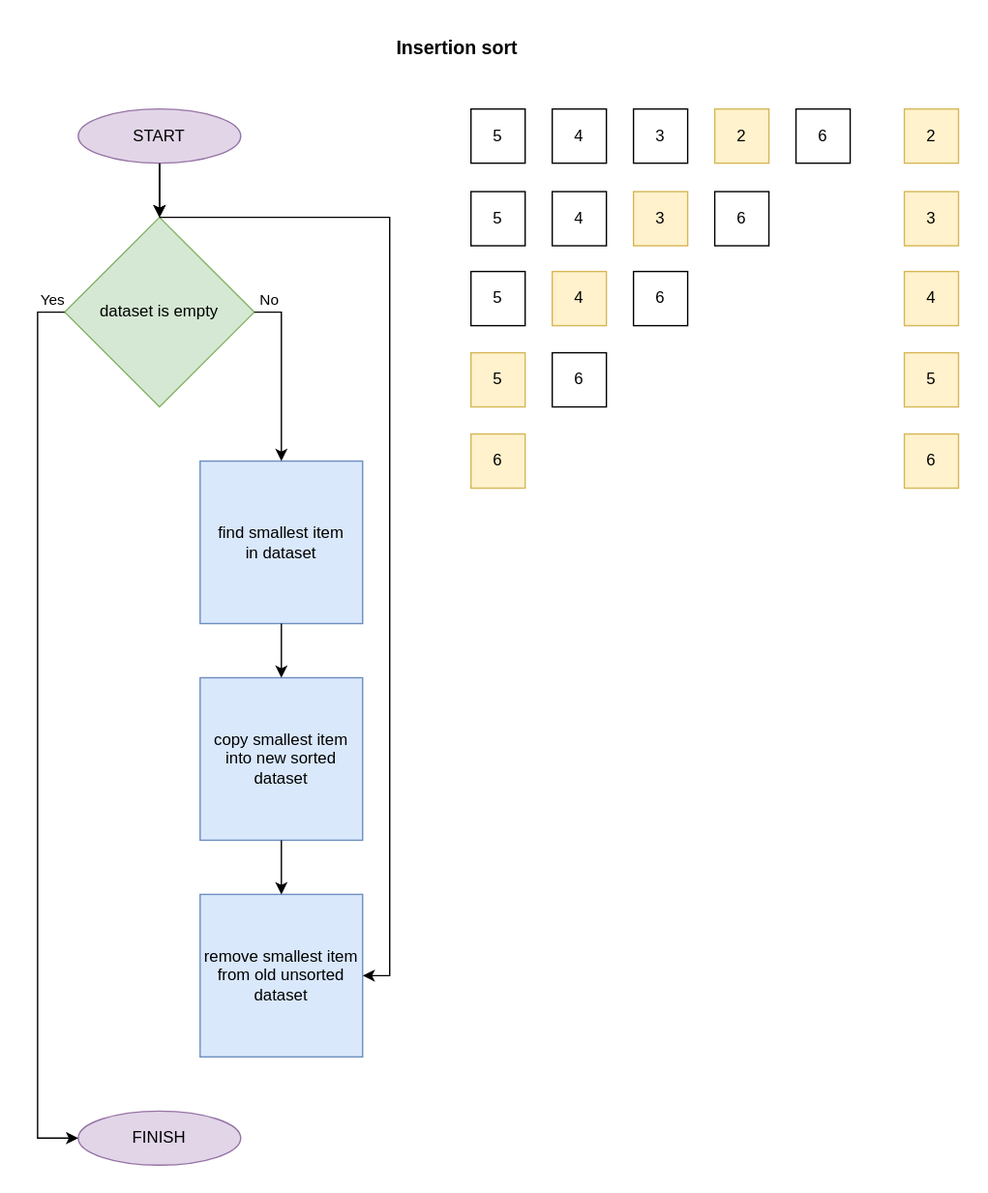
This is insertion_sort/insertion_sort.drawio.svg from oleksiivelychko/go-christmass, a draw.io export, as it was before one commit. Source tidied: cells renumbered, new cells last; positions are measured from the earlier drawing's top-left corner, leaving out a move shared by most shapes.
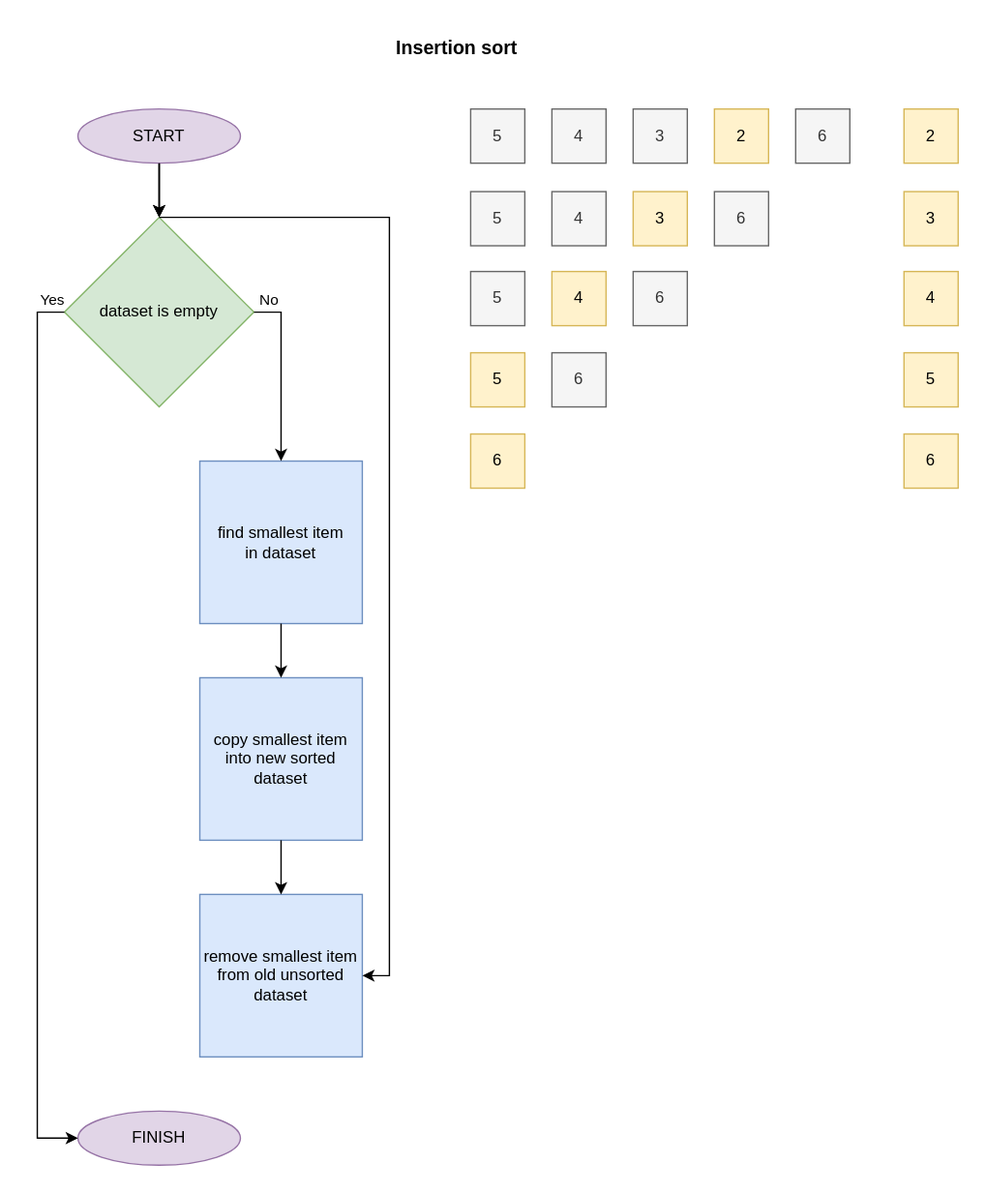
Above is the later version.

What changed in the source:
```diff
@@ -2,12 +2,12 @@
   <root>
     <mxCell id="0" />
     <mxCell id="1" parent="0" />
-    <mxCell id="2" style="edgeStyle=orthogonalEdgeStyle;rounded=0;jettySize=auto;html=1;" parent="1" edge="1" source="4" target="7">
-      <mxGeometry relative="1" as="geometry" />
-    </mxCell>
-    <mxCell id="3" style="edgeStyle=orthogonalEdgeStyle;rounded=0;jettySize=auto;html=1;" parent="1" edge="1" source="4" target="7">
-      <mxGeometry relative="1" as="geometry" />
-    </mxCell>
+    <mxCell id="39" style="edgeStyle=orthogonalEdgeStyle;rounded=0;jettySize=auto;html=1;" parent="1" edge="1" source="4" target="7">
+      <mxGeometry relative="1" as="geometry" />
+    </mxCell>
+    <mxCell id="40" style="edgeStyle=orthogonalEdgeStyle;rounded=0;jettySize=auto;html=1;" parent="1" edge="1" source="4" target="7">
+      <mxGeometry relative="1" as="geometry" />
+    </mxCell>
     <mxCell id="4" value="START" style="ellipse;whiteSpace=wrap;html=1;fillColor=#e1d5e7;strokeColor=#9673a6;" parent="1" vertex="1">
       <mxGeometry x="30" y="60" width="120" height="40" as="geometry" />
     </mxCell>
@@ -62,74 +62,74 @@
         </Array>
       </mxGeometry>
     </mxCell>
-    <mxCell id="16" style="endArrow=classic;html=1;rounded=0;exitX=0.5;exitY=1;exitDx=0;exitDy=0;entryX=0.5;entryY=0;entryDx=0;entryDy=0;" parent="1" edge="1" source="4" target="7">
-      <mxGeometry relative="1" as="geometry" />
-    </mxCell>
+    <mxCell id="41" style="endArrow=classic;html=1;rounded=0;exitX=0.5;exitY=1;exitDx=0;exitDy=0;entryX=0.5;entryY=0;entryDx=0;entryDy=0;" parent="1" edge="1" source="4" target="7">
+      <mxGeometry relative="1" as="geometry" />
+    </mxCell>
     <mxCell id="17" style="endArrow=classic;html=1;rounded=0;exitX=0.5;exitY=1;exitDx=0;exitDy=0;entryX=0.5;entryY=0;entryDx=0;entryDy=0;" parent="1" edge="1" source="5" target="11">
       <mxGeometry relative="1" as="geometry" />
     </mxCell>
     <mxCell id="18" style="endArrow=classic;html=1;rounded=0;exitX=0.5;exitY=1;exitDx=0;exitDy=0;entryX=0.5;entryY=0;entryDx=0;entryDy=0;" parent="1" edge="1" source="11" target="12">
       <mxGeometry relative="1" as="geometry" />
     </mxCell>
-    <mxCell id="19" value="5" style="whiteSpace=wrap;html=1;" parent="1" vertex="1">
-      <mxGeometry x="320" y="60" width="40" height="40" as="geometry" />
-    </mxCell>
-    <mxCell id="20" value="4" style="whiteSpace=wrap;html=1;" parent="1" vertex="1">
-      <mxGeometry x="380" y="60" width="40" height="40" as="geometry" />
-    </mxCell>
-    <mxCell id="21" value="3" style="whiteSpace=wrap;html=1;" parent="1" vertex="1">
-      <mxGeometry x="440" y="60" width="40" height="40" as="geometry" />
-    </mxCell>
-    <mxCell id="22" value="2" style="whiteSpace=wrap;html=1;fillColor=#fff2cc;strokeColor=#d6b656;" parent="1" vertex="1">
-      <mxGeometry x="500" y="60" width="40" height="40" as="geometry" />
-    </mxCell>
-    <mxCell id="23" value="6" style="whiteSpace=wrap;html=1;" parent="1" vertex="1">
-      <mxGeometry x="560" y="60" width="40" height="40" as="geometry" />
-    </mxCell>
-    <mxCell id="24" value="5" style="whiteSpace=wrap;html=1;" parent="1" vertex="1">
-      <mxGeometry x="320" y="121" width="40" height="40" as="geometry" />
-    </mxCell>
-    <mxCell id="25" value="4" style="whiteSpace=wrap;html=1;" parent="1" vertex="1">
-      <mxGeometry x="380" y="121" width="40" height="40" as="geometry" />
-    </mxCell>
-    <mxCell id="26" value="3" style="whiteSpace=wrap;html=1;fillColor=#fff2cc;strokeColor=#d6b656;" parent="1" vertex="1">
-      <mxGeometry x="440" y="121" width="40" height="40" as="geometry" />
-    </mxCell>
-    <mxCell id="27" value="6" style="whiteSpace=wrap;html=1;" parent="1" vertex="1">
-      <mxGeometry x="500" y="121" width="40" height="40" as="geometry" />
-    </mxCell>
-    <mxCell id="28" value="5" style="whiteSpace=wrap;html=1;" parent="1" vertex="1">
-      <mxGeometry x="320" y="180" width="40" height="40" as="geometry" />
-    </mxCell>
-    <mxCell id="29" value="4" style="whiteSpace=wrap;html=1;fillColor=#fff2cc;strokeColor=#d6b656;" parent="1" vertex="1">
-      <mxGeometry x="380" y="180" width="40" height="40" as="geometry" />
-    </mxCell>
-    <mxCell id="30" value="6" style="whiteSpace=wrap;html=1;" parent="1" vertex="1">
-      <mxGeometry x="440" y="180" width="40" height="40" as="geometry" />
-    </mxCell>
-    <mxCell id="31" value="5" style="whiteSpace=wrap;html=1;fillColor=#fff2cc;strokeColor=#d6b656;" parent="1" vertex="1">
-      <mxGeometry x="320" y="240" width="40" height="40" as="geometry" />
-    </mxCell>
-    <mxCell id="32" value="6" style="whiteSpace=wrap;html=1;" parent="1" vertex="1">
-      <mxGeometry x="380" y="240" width="40" height="40" as="geometry" />
-    </mxCell>
-    <mxCell id="33" value="6" style="whiteSpace=wrap;html=1;fillColor=#fff2cc;strokeColor=#d6b656;" parent="1" vertex="1">
-      <mxGeometry x="320" y="300" width="40" height="40" as="geometry" />
-    </mxCell>
-    <mxCell id="34" value="2" style="whiteSpace=wrap;html=1;fillColor=#fff2cc;strokeColor=#d6b656;" parent="1" vertex="1">
-      <mxGeometry x="640" y="60" width="40" height="40" as="geometry" />
-    </mxCell>
-    <mxCell id="35" value="3" style="whiteSpace=wrap;html=1;fillColor=#fff2cc;strokeColor=#d6b656;" parent="1" vertex="1">
-      <mxGeometry x="640" y="121" width="40" height="40" as="geometry" />
-    </mxCell>
-    <mxCell id="36" value="4" style="whiteSpace=wrap;html=1;fillColor=#fff2cc;strokeColor=#d6b656;" parent="1" vertex="1">
-      <mxGeometry x="640" y="180" width="40" height="40" as="geometry" />
-    </mxCell>
-    <mxCell id="37" value="5" style="whiteSpace=wrap;html=1;fillColor=#fff2cc;strokeColor=#d6b656;" parent="1" vertex="1">
-      <mxGeometry x="640" y="240" width="40" height="40" as="geometry" />
-    </mxCell>
-    <mxCell id="38" value="6" style="whiteSpace=wrap;html=1;fillColor=#fff2cc;strokeColor=#d6b656;" parent="1" vertex="1">
-      <mxGeometry x="640" y="300" width="40" height="40" as="geometry" />
-    </mxCell>
+    <mxCell id="42" value="5" style="whiteSpace=wrap;html=1;fillColor=#f5f5f5;fontColor=#333333;strokeColor=#666666;" parent="1" vertex="1">
+      <mxGeometry x="320" y="60" width="40" height="40" as="geometry" />
+    </mxCell>
+    <mxCell id="43" value="4" style="whiteSpace=wrap;html=1;fillColor=#f5f5f5;fontColor=#333333;strokeColor=#666666;" parent="1" vertex="1">
+      <mxGeometry x="380" y="60" width="40" height="40" as="geometry" />
+    </mxCell>
+    <mxCell id="44" value="3" style="whiteSpace=wrap;html=1;fillColor=#f5f5f5;fontColor=#333333;strokeColor=#666666;" parent="1" vertex="1">
+      <mxGeometry x="440" y="60" width="40" height="40" as="geometry" />
+    </mxCell>
+    <mxCell id="45" value="2" style="whiteSpace=wrap;html=1;fillColor=#fff2cc;strokeColor=#d6b656;" parent="1" vertex="1">
+      <mxGeometry x="500" y="60" width="40" height="40" as="geometry" />
+    </mxCell>
+    <mxCell id="46" value="6" style="whiteSpace=wrap;html=1;fillColor=#f5f5f5;fontColor=#333333;strokeColor=#666666;" parent="1" vertex="1">
+      <mxGeometry x="560" y="60" width="40" height="40" as="geometry" />
+    </mxCell>
+    <mxCell id="47" value="5" style="whiteSpace=wrap;html=1;fillColor=#f5f5f5;fontColor=#333333;strokeColor=#666666;" parent="1" vertex="1">
+      <mxGeometry x="320" y="121" width="40" height="40" as="geometry" />
+    </mxCell>
+    <mxCell id="48" value="4" style="whiteSpace=wrap;html=1;fillColor=#f5f5f5;fontColor=#333333;strokeColor=#666666;" parent="1" vertex="1">
+      <mxGeometry x="380" y="121" width="40" height="40" as="geometry" />
+    </mxCell>
+    <mxCell id="49" value="3" style="whiteSpace=wrap;html=1;fillColor=#fff2cc;strokeColor=#d6b656;" parent="1" vertex="1">
+      <mxGeometry x="440" y="121" width="40" height="40" as="geometry" />
+    </mxCell>
+    <mxCell id="50" value="6" style="whiteSpace=wrap;html=1;fillColor=#f5f5f5;fontColor=#333333;strokeColor=#666666;" parent="1" vertex="1">
+      <mxGeometry x="500" y="121" width="40" height="40" as="geometry" />
+    </mxCell>
+    <mxCell id="51" value="5" style="whiteSpace=wrap;html=1;fillColor=#f5f5f5;fontColor=#333333;strokeColor=#666666;" parent="1" vertex="1">
+      <mxGeometry x="320" y="180" width="40" height="40" as="geometry" />
+    </mxCell>
+    <mxCell id="52" value="4" style="whiteSpace=wrap;html=1;fillColor=#fff2cc;strokeColor=#d6b656;" parent="1" vertex="1">
+      <mxGeometry x="380" y="180" width="40" height="40" as="geometry" />
+    </mxCell>
+    <mxCell id="53" value="6" style="whiteSpace=wrap;html=1;fillColor=#f5f5f5;fontColor=#333333;strokeColor=#666666;" parent="1" vertex="1">
+      <mxGeometry x="440" y="180" width="40" height="40" as="geometry" />
+    </mxCell>
+    <mxCell id="54" value="5" style="whiteSpace=wrap;html=1;fillColor=#fff2cc;strokeColor=#d6b656;" parent="1" vertex="1">
+      <mxGeometry x="320" y="240" width="40" height="40" as="geometry" />
+    </mxCell>
+    <mxCell id="55" value="6" style="whiteSpace=wrap;html=1;fillColor=#f5f5f5;fontColor=#333333;strokeColor=#666666;" parent="1" vertex="1">
+      <mxGeometry x="380" y="240" width="40" height="40" as="geometry" />
+    </mxCell>
+    <mxCell id="56" value="6" style="whiteSpace=wrap;html=1;fillColor=#fff2cc;strokeColor=#d6b656;" parent="1" vertex="1">
+      <mxGeometry x="320" y="300" width="40" height="40" as="geometry" />
+    </mxCell>
+    <mxCell id="57" value="2" style="whiteSpace=wrap;html=1;fillColor=#fff2cc;strokeColor=#d6b656;" parent="1" vertex="1">
+      <mxGeometry x="640" y="60" width="40" height="40" as="geometry" />
+    </mxCell>
+    <mxCell id="58" value="3" style="whiteSpace=wrap;html=1;fillColor=#fff2cc;strokeColor=#d6b656;" parent="1" vertex="1">
+      <mxGeometry x="640" y="121" width="40" height="40" as="geometry" />
+    </mxCell>
+    <mxCell id="59" value="4" style="whiteSpace=wrap;html=1;fillColor=#fff2cc;strokeColor=#d6b656;" parent="1" vertex="1">
+      <mxGeometry x="640" y="180" width="40" height="40" as="geometry" />
+    </mxCell>
+    <mxCell id="60" value="5" style="whiteSpace=wrap;html=1;fillColor=#fff2cc;strokeColor=#d6b656;" parent="1" vertex="1">
+      <mxGeometry x="640" y="240" width="40" height="40" as="geometry" />
+    </mxCell>
+    <mxCell id="61" value="6" style="whiteSpace=wrap;html=1;fillColor=#fff2cc;strokeColor=#d6b656;" parent="1" vertex="1">
+      <mxGeometry x="640" y="300" width="40" height="40" as="geometry" />
+    </mxCell>
   </root>
 </mxGraphModel>
```
